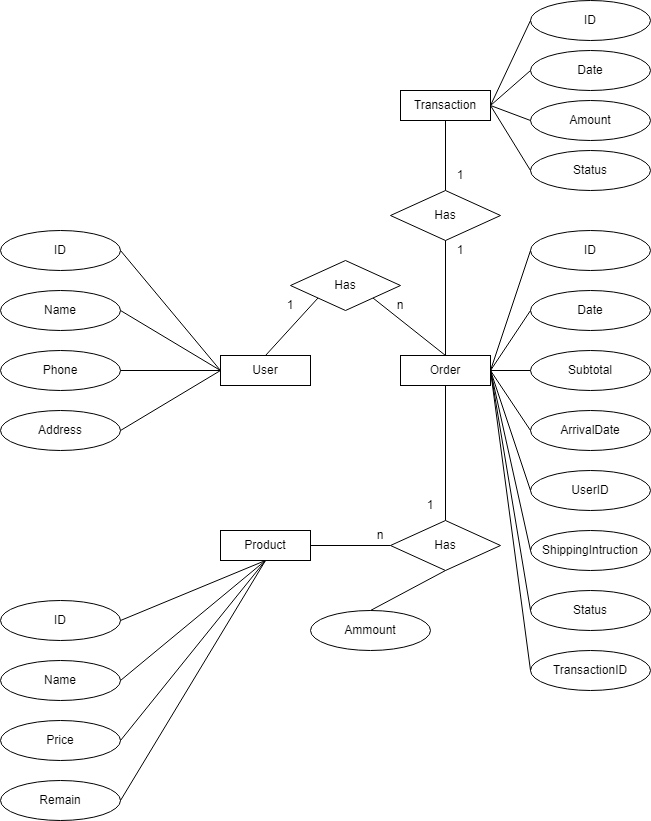
Above: Data Modeling/ERD.png in NguyenHuuViet322/TKXDPM.KHMT.20200667.NguyenHuuViet (draw.io), before the change. Source tidied: cells renumbered, new cells last; positions are measured from the earlier drawing's top-left corner, leaving out a move shared by most shapes.
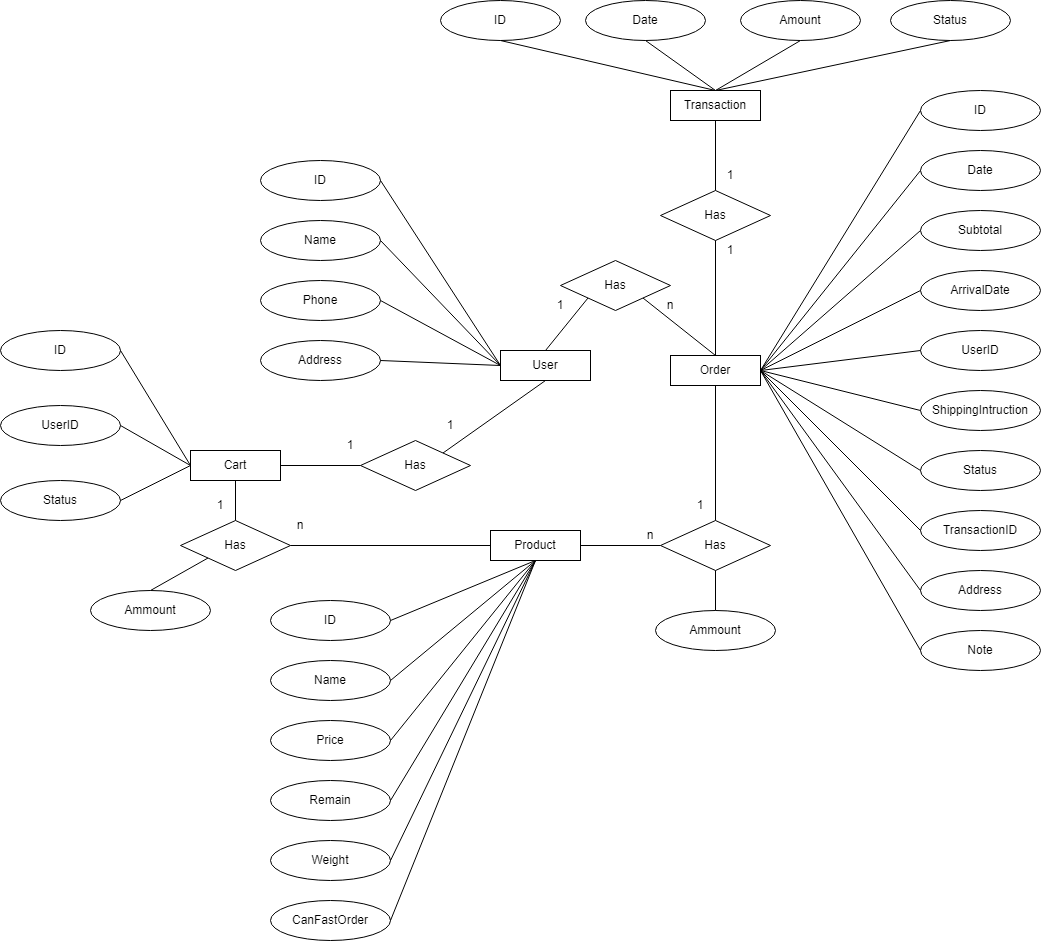
Later version of the same file.

Change to the diagram source:
```diff
@@ -3,19 +3,19 @@
     <mxCell id="0" />
     <mxCell id="1" parent="0" />
     <mxCell id="2" value="User" style="rounded=0;whiteSpace=wrap;html=1;" parent="1" vertex="1">
-      <mxGeometry x="220" y="355" width="90" height="30" as="geometry" />
+      <mxGeometry x="230" y="350" width="90" height="30" as="geometry" />
     </mxCell>
     <mxCell id="3" value="ID" style="ellipse;whiteSpace=wrap;html=1;" parent="1" vertex="1">
-      <mxGeometry y="230" width="120" height="40" as="geometry" />
+      <mxGeometry x="-10" y="160" width="120" height="40" as="geometry" />
     </mxCell>
     <mxCell id="4" style="endArrow=none;html=1;rounded=0;exitX=1;exitY=0.5;exitDx=0;exitDy=0;entryX=0;entryY=0.5;entryDx=0;entryDy=0;" parent="1" edge="1" source="3" target="2">
       <mxGeometry relative="1" as="geometry" />
     </mxCell>
     <mxCell id="5" value="Name" style="ellipse;whiteSpace=wrap;html=1;" parent="1" vertex="1">
-      <mxGeometry y="290" width="120" height="40" as="geometry" />
+      <mxGeometry x="-10" y="220" width="120" height="40" as="geometry" />
     </mxCell>
     <mxCell id="6" value="Phone" style="ellipse;whiteSpace=wrap;html=1;" parent="1" vertex="1">
-      <mxGeometry y="350" width="120" height="40" as="geometry" />
+      <mxGeometry x="-10" y="280" width="120" height="40" as="geometry" />
     </mxCell>
     <mxCell id="7" style="endArrow=none;html=1;rounded=0;exitX=1;exitY=0.5;exitDx=0;exitDy=0;entryX=0;entryY=0.5;entryDx=0;entryDy=0;" parent="1" edge="1" source="5" target="2">
       <mxGeometry relative="1" as="geometry" />
@@ -24,7 +24,7 @@
       <mxGeometry relative="1" as="geometry" />
     </mxCell>
     <mxCell id="9" value="Address" style="ellipse;whiteSpace=wrap;html=1;" parent="1" vertex="1">
-      <mxGeometry y="410" width="120" height="40" as="geometry" />
+      <mxGeometry x="-10" y="340" width="120" height="40" as="geometry" />
     </mxCell>
     <mxCell id="10" style="endArrow=none;html=1;rounded=0;entryX=0;entryY=0.5;entryDx=0;entryDy=0;exitX=1;exitY=0.5;exitDx=0;exitDy=0;" parent="1" edge="1" source="9" target="2">
       <mxGeometry relative="1" as="geometry" />
@@ -54,25 +54,25 @@
       <mxGeometry x="400" y="355" width="90" height="30" as="geometry" />
     </mxCell>
     <mxCell id="19" value="ID" style="ellipse;whiteSpace=wrap;html=1;" parent="1" vertex="1">
-      <mxGeometry x="530" y="230" width="120" height="40" as="geometry" />
+      <mxGeometry x="650" y="90" width="120" height="40" as="geometry" />
     </mxCell>
     <mxCell id="20" value="Date" style="ellipse;whiteSpace=wrap;html=1;" parent="1" vertex="1">
-      <mxGeometry x="530" y="290" width="120" height="40" as="geometry" />
+      <mxGeometry x="650" y="150" width="120" height="40" as="geometry" />
     </mxCell>
     <mxCell id="21" value="Subtotal" style="ellipse;whiteSpace=wrap;html=1;" parent="1" vertex="1">
-      <mxGeometry x="530" y="350" width="120" height="40" as="geometry" />
+      <mxGeometry x="650" y="210" width="120" height="40" as="geometry" />
     </mxCell>
     <mxCell id="22" value="ArrivalDate" style="ellipse;whiteSpace=wrap;html=1;" parent="1" vertex="1">
-      <mxGeometry x="530" y="410" width="120" height="40" as="geometry" />
+      <mxGeometry x="650" y="270" width="120" height="40" as="geometry" />
     </mxCell>
     <mxCell id="23" value="UserID" style="ellipse;whiteSpace=wrap;html=1;" parent="1" vertex="1">
-      <mxGeometry x="530" y="470" width="120" height="40" as="geometry" />
+      <mxGeometry x="650" y="330" width="120" height="40" as="geometry" />
     </mxCell>
     <mxCell id="24" value="ShippingIntruction" style="ellipse;whiteSpace=wrap;html=1;" parent="1" vertex="1">
-      <mxGeometry x="530" y="530" width="120" height="40" as="geometry" />
+      <mxGeometry x="650" y="390" width="120" height="40" as="geometry" />
     </mxCell>
     <mxCell id="25" value="Status" style="ellipse;whiteSpace=wrap;html=1;" parent="1" vertex="1">
-      <mxGeometry x="530" y="590" width="120" height="40" as="geometry" />
+      <mxGeometry x="650" y="450" width="120" height="40" as="geometry" />
     </mxCell>
     <mxCell id="26" style="endArrow=none;html=1;rounded=0;entryX=0;entryY=0.5;entryDx=0;entryDy=0;exitX=1;exitY=0.5;exitDx=0;exitDy=0;" parent="1" edge="1" source="18" target="19">
       <mxGeometry relative="1" as="geometry" />
@@ -113,7 +113,7 @@
       <mxGeometry relative="1" as="geometry" />
     </mxCell>
     <mxCell id="38" value="Ammount" style="ellipse;whiteSpace=wrap;html=1;" parent="1" vertex="1">
-      <mxGeometry x="310" y="610" width="120" height="40" as="geometry" />
+      <mxGeometry x="385" y="610" width="120" height="40" as="geometry" />
     </mxCell>
     <mxCell id="39" style="endArrow=none;html=1;rounded=0;entryX=0.5;entryY=1;entryDx=0;entryDy=0;exitX=0.5;exitY=0;exitDx=0;exitDy=0;" parent="1" edge="1" source="38" target="35">
       <mxGeometry relative="1" as="geometry" />
@@ -143,16 +143,16 @@
       <mxGeometry x="400" y="90" width="90" height="30" as="geometry" />
     </mxCell>
     <mxCell id="48" value="ID" style="ellipse;whiteSpace=wrap;html=1;" parent="1" vertex="1">
-      <mxGeometry x="530" width="120" height="40" as="geometry" />
+      <mxGeometry x="170" width="120" height="40" as="geometry" />
     </mxCell>
     <mxCell id="49" value="Date" style="ellipse;whiteSpace=wrap;html=1;" parent="1" vertex="1">
-      <mxGeometry x="530" y="50" width="120" height="40" as="geometry" />
+      <mxGeometry x="315" width="120" height="40" as="geometry" />
     </mxCell>
     <mxCell id="50" value="Amount" style="ellipse;whiteSpace=wrap;html=1;" parent="1" vertex="1">
-      <mxGeometry x="530" y="100" width="120" height="40" as="geometry" />
+      <mxGeometry x="470" width="120" height="40" as="geometry" />
     </mxCell>
     <mxCell id="51" value="Status" style="ellipse;whiteSpace=wrap;html=1;" parent="1" vertex="1">
-      <mxGeometry x="530" y="150" width="120" height="40" as="geometry" />
+      <mxGeometry x="620" width="120" height="40" as="geometry" />
     </mxCell>
     <mxCell id="52" value="Has" style="rhombus;whiteSpace=wrap;html=1;" parent="1" vertex="1">
       <mxGeometry x="390" y="190" width="110" height="50" as="geometry" />
@@ -163,16 +163,16 @@
     <mxCell id="54" style="endArrow=none;html=1;rounded=0;exitX=0.5;exitY=1;exitDx=0;exitDy=0;entryX=0.5;entryY=0;entryDx=0;entryDy=0;" parent="1" edge="1" source="47" target="52">
       <mxGeometry relative="1" as="geometry" />
     </mxCell>
-    <mxCell id="55" style="endArrow=none;html=1;rounded=0;exitX=0;exitY=0.5;exitDx=0;exitDy=0;entryX=1;entryY=0.5;entryDx=0;entryDy=0;" parent="1" edge="1" source="51" target="47">
+    <mxCell id="55" style="endArrow=none;html=1;rounded=0;exitX=0.5;exitY=1;exitDx=0;exitDy=0;entryX=0.5;entryY=0;entryDx=0;entryDy=0;" parent="1" edge="1" source="51" target="47">
       <mxGeometry relative="1" as="geometry" />
     </mxCell>
-    <mxCell id="56" style="endArrow=none;html=1;rounded=0;exitX=0;exitY=0.5;exitDx=0;exitDy=0;entryX=1;entryY=0.5;entryDx=0;entryDy=0;" parent="1" edge="1" source="50" target="47">
+    <mxCell id="56" style="endArrow=none;html=1;rounded=0;exitX=0.5;exitY=1;exitDx=0;exitDy=0;entryX=0.5;entryY=0;entryDx=0;entryDy=0;" parent="1" edge="1" source="50" target="47">
       <mxGeometry relative="1" as="geometry" />
     </mxCell>
-    <mxCell id="57" style="endArrow=none;html=1;rounded=0;exitX=0;exitY=0.5;exitDx=0;exitDy=0;entryX=1;entryY=0.5;entryDx=0;entryDy=0;" parent="1" edge="1" source="49" target="47">
+    <mxCell id="57" style="endArrow=none;html=1;rounded=0;exitX=0.5;exitY=1;exitDx=0;exitDy=0;entryX=0.5;entryY=0;entryDx=0;entryDy=0;" parent="1" edge="1" source="49" target="47">
       <mxGeometry relative="1" as="geometry" />
     </mxCell>
-    <mxCell id="58" style="endArrow=none;html=1;rounded=0;exitX=0;exitY=0.5;exitDx=0;exitDy=0;entryX=1;entryY=0.5;entryDx=0;entryDy=0;" parent="1" edge="1" source="48" target="47">
+    <mxCell id="58" style="endArrow=none;html=1;rounded=0;exitX=0.5;exitY=1;exitDx=0;exitDy=0;entryX=0.5;entryY=0;entryDx=0;entryDy=0;" parent="1" edge="1" source="48" target="47">
       <mxGeometry relative="1" as="geometry" />
     </mxCell>
     <mxCell id="59" value="1" style="text;html=1;strokeColor=none;fillColor=none;align=center;verticalAlign=middle;whiteSpace=wrap;rounded=0;" parent="1" vertex="1">
@@ -182,10 +182,91 @@
       <mxGeometry x="430" y="160" width="60" height="30" as="geometry" />
     </mxCell>
     <mxCell id="61" value="TransactionID" style="ellipse;whiteSpace=wrap;html=1;" parent="1" vertex="1">
-      <mxGeometry x="530" y="650" width="120" height="40" as="geometry" />
+      <mxGeometry x="650" y="510" width="120" height="40" as="geometry" />
     </mxCell>
     <mxCell id="62" style="endArrow=none;html=1;rounded=0;entryX=0;entryY=0.5;entryDx=0;entryDy=0;exitX=1;exitY=0.5;exitDx=0;exitDy=0;" parent="1" edge="1" source="18" target="61">
       <mxGeometry relative="1" as="geometry" />
     </mxCell>
+    <mxCell id="63" value="Weight" style="ellipse;whiteSpace=wrap;html=1;" parent="1" vertex="1">
+      <mxGeometry y="840" width="120" height="40" as="geometry" />
+    </mxCell>
+    <mxCell id="64" value="CanFastOrder" style="ellipse;whiteSpace=wrap;html=1;" parent="1" vertex="1">
+      <mxGeometry y="900" width="120" height="40" as="geometry" />
+    </mxCell>
+    <mxCell id="65" style="endArrow=none;html=1;rounded=0;entryX=1;entryY=0.5;entryDx=0;entryDy=0;exitX=0.5;exitY=1;exitDx=0;exitDy=0;" parent="1" edge="1" source="11" target="63">
+      <mxGeometry relative="1" as="geometry" />
+    </mxCell>
+    <mxCell id="66" style="endArrow=none;html=1;rounded=0;entryX=1;entryY=0.5;entryDx=0;entryDy=0;exitX=0.5;exitY=1;exitDx=0;exitDy=0;" parent="1" edge="1" source="11" target="64">
+      <mxGeometry relative="1" as="geometry" />
+    </mxCell>
+    <mxCell id="67" value="Has" style="rhombus;whiteSpace=wrap;html=1;" parent="1" vertex="1">
+      <mxGeometry x="90" y="440" width="110" height="50" as="geometry" />
+    </mxCell>
+    <mxCell id="68" value="Cart" style="rounded=0;whiteSpace=wrap;html=1;" parent="1" vertex="1">
+      <mxGeometry x="-80" y="450" width="90" height="30" as="geometry" />
+    </mxCell>
+    <mxCell id="69" style="endArrow=none;html=1;rounded=0;entryX=0.5;entryY=1;entryDx=0;entryDy=0;exitX=1;exitY=0;exitDx=0;exitDy=0;" parent="1" edge="1" source="67" target="2">
+      <mxGeometry relative="1" as="geometry" />
+    </mxCell>
+    <mxCell id="70" style="endArrow=none;html=1;rounded=0;entryX=1;entryY=0.5;entryDx=0;entryDy=0;exitX=0;exitY=0.5;exitDx=0;exitDy=0;" parent="1" edge="1" source="67" target="68">
+      <mxGeometry relative="1" as="geometry" />
+    </mxCell>
+    <mxCell id="71" value="1" style="text;html=1;strokeColor=none;fillColor=none;align=center;verticalAlign=middle;whiteSpace=wrap;rounded=0;" parent="1" vertex="1">
+      <mxGeometry x="50" y="430" width="60" height="30" as="geometry" />
+    </mxCell>
+    <mxCell id="72" value="1" style="text;html=1;strokeColor=none;fillColor=none;align=center;verticalAlign=middle;whiteSpace=wrap;rounded=0;" parent="1" vertex="1">
+      <mxGeometry x="150" y="410" width="60" height="30" as="geometry" />
+    </mxCell>
+    <mxCell id="73" value="Has" style="rhombus;whiteSpace=wrap;html=1;" parent="1" vertex="1">
+      <mxGeometry x="-90" y="520" width="110" height="50" as="geometry" />
+    </mxCell>
+    <mxCell id="74" style="endArrow=none;html=1;rounded=0;entryX=0.5;entryY=1;entryDx=0;entryDy=0;exitX=0.5;exitY=0;exitDx=0;exitDy=0;" parent="1" edge="1" source="73" target="68">
+      <mxGeometry relative="1" as="geometry" />
+    </mxCell>
+    <mxCell id="75" style="endArrow=none;html=1;rounded=0;entryX=1;entryY=0.5;entryDx=0;entryDy=0;exitX=0;exitY=0.5;exitDx=0;exitDy=0;" parent="1" edge="1" source="11" target="73">
+      <mxGeometry relative="1" as="geometry" />
+    </mxCell>
+    <mxCell id="76" value="1" style="text;html=1;strokeColor=none;fillColor=none;align=center;verticalAlign=middle;whiteSpace=wrap;rounded=0;" parent="1" vertex="1">
+      <mxGeometry x="-80" y="490" width="60" height="30" as="geometry" />
+    </mxCell>
+    <mxCell id="77" value="n" style="text;html=1;strokeColor=none;fillColor=none;align=center;verticalAlign=middle;whiteSpace=wrap;rounded=0;" parent="1" vertex="1">
+      <mxGeometry y="510" width="60" height="30" as="geometry" />
+    </mxCell>
+    <mxCell id="78" value="ID" style="ellipse;whiteSpace=wrap;html=1;" parent="1" vertex="1">
+      <mxGeometry x="-270" y="330" width="120" height="40" as="geometry" />
+    </mxCell>
+    <mxCell id="79" value="UserID" style="ellipse;whiteSpace=wrap;html=1;" parent="1" vertex="1">
+      <mxGeometry x="-270" y="405" width="120" height="40" as="geometry" />
+    </mxCell>
+    <mxCell id="80" value="Status" style="ellipse;whiteSpace=wrap;html=1;" parent="1" vertex="1">
+      <mxGeometry x="-270" y="480" width="120" height="40" as="geometry" />
+    </mxCell>
+    <mxCell id="81" style="endArrow=none;html=1;rounded=0;entryX=1;entryY=0.5;entryDx=0;entryDy=0;exitX=0;exitY=0.5;exitDx=0;exitDy=0;" parent="1" edge="1" source="68" target="78">
+      <mxGeometry relative="1" as="geometry" />
+    </mxCell>
+    <mxCell id="82" style="endArrow=none;html=1;rounded=0;entryX=1;entryY=0.5;entryDx=0;entryDy=0;exitX=0;exitY=0.5;exitDx=0;exitDy=0;" parent="1" edge="1" source="68" target="79">
+      <mxGeometry relative="1" as="geometry" />
+    </mxCell>
+    <mxCell id="83" style="endArrow=none;html=1;rounded=0;entryX=1;entryY=0.5;entryDx=0;entryDy=0;exitX=0;exitY=0.5;exitDx=0;exitDy=0;" parent="1" edge="1" source="68" target="80">
+      <mxGeometry relative="1" as="geometry" />
+    </mxCell>
+    <mxCell id="84" value="Address" style="ellipse;whiteSpace=wrap;html=1;" parent="1" vertex="1">
+      <mxGeometry x="650" y="570" width="120" height="40" as="geometry" />
+    </mxCell>
+    <mxCell id="85" value="Note" style="ellipse;whiteSpace=wrap;html=1;" parent="1" vertex="1">
+      <mxGeometry x="650" y="630" width="120" height="40" as="geometry" />
+    </mxCell>
+    <mxCell id="86" style="endArrow=none;html=1;rounded=0;entryX=0;entryY=0.5;entryDx=0;entryDy=0;exitX=1;exitY=0.5;exitDx=0;exitDy=0;" parent="1" edge="1" source="18" target="84">
+      <mxGeometry relative="1" as="geometry" />
+    </mxCell>
+    <mxCell id="87" style="endArrow=none;html=1;rounded=0;entryX=0;entryY=0.5;entryDx=0;entryDy=0;exitX=1;exitY=0.5;exitDx=0;exitDy=0;" parent="1" edge="1" source="18" target="85">
+      <mxGeometry relative="1" as="geometry" />
+    </mxCell>
+    <mxCell id="88" value="Ammount" style="ellipse;whiteSpace=wrap;html=1;" parent="1" vertex="1">
+      <mxGeometry x="-180" y="590" width="120" height="40" as="geometry" />
+    </mxCell>
+    <mxCell id="89" style="endArrow=none;html=1;rounded=0;entryX=0;entryY=1;entryDx=0;entryDy=0;exitX=0.5;exitY=0;exitDx=0;exitDy=0;" parent="1" edge="1" source="88" target="73">
+      <mxGeometry relative="1" as="geometry" />
+    </mxCell>
   </root>
 </mxGraphModel>
```
